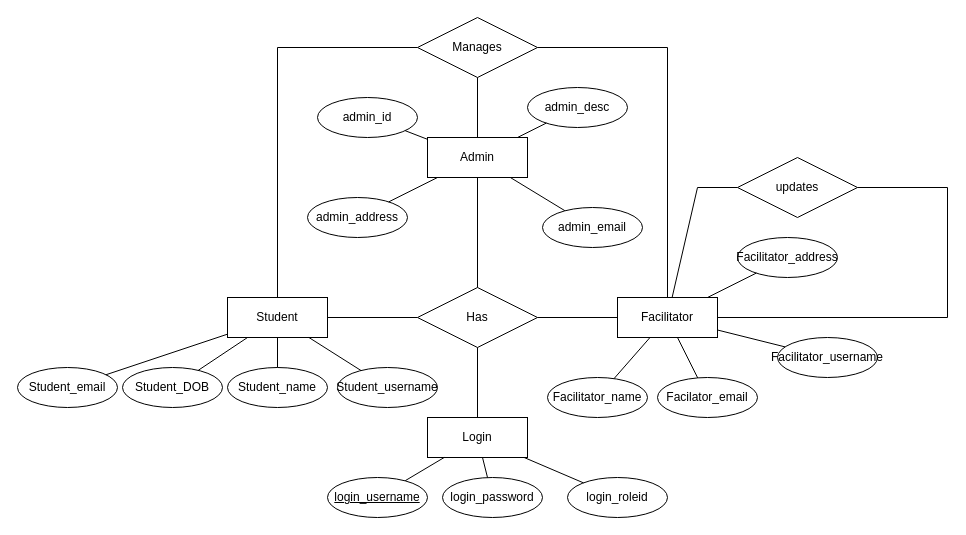
The draw.io diagram Project Diagram/Entity-relationship.drawio in manojtsx/SchoolManagementSystem-PHP-SQL, before the edit. Source tidied: cells renumbered, new cells numbered last; positions are measured from the earlier drawing's top-left corner, leaving out a move shared by most shapes. Both pictures are drawn from the tidied source at 100%, with x=0, y=0 at pixel (17, 17).
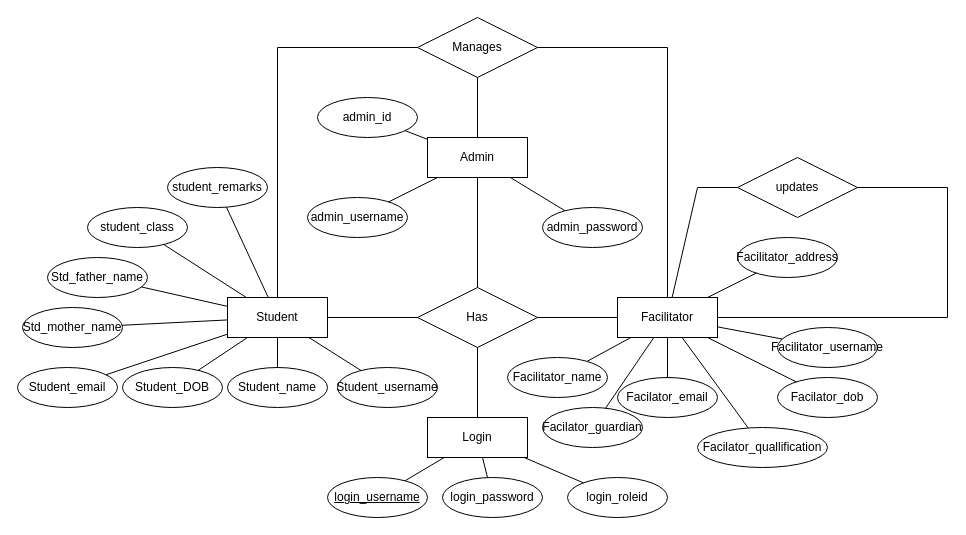
After the change.

Unchanged cells that the change refers to:
```xml
<mxCell id="2" value="Student" style="whiteSpace=wrap;html=1;align=center;" parent="1" vertex="1">
  <mxGeometry x="210" y="280" width="100" height="40" as="geometry" />
</mxCell>
<mxCell id="3" value="Facilitator" style="whiteSpace=wrap;html=1;align=center;" parent="1" vertex="1">
  <mxGeometry x="600" y="280" width="100" height="40" as="geometry" />
</mxCell>
<mxCell id="4" value="Admin" style="whiteSpace=wrap;html=1;align=center;" parent="1" vertex="1">
  <mxGeometry x="410" y="120" width="100" height="40" as="geometry" />
</mxCell>
```

The edit, as a diff of the source:
```diff
@@
-    <mxCell id="26" value="admin_address" style="ellipse;whiteSpace=wrap;html=1;align=center;" parent="1" vertex="1">
+    <mxCell id="26" value="admin_username" style="ellipse;whiteSpace=wrap;html=1;align=center;" parent="1" vertex="1">
       <mxGeometry x="290" y="180" width="100" height="40" as="geometry" />
     </mxCell>
-    <mxCell id="27" value="admin_desc" style="ellipse;whiteSpace=wrap;html=1;align=center;" parent="1" vertex="1">
-      <mxGeometry x="510" y="70" width="100" height="40" as="geometry" />
-    </mxCell>
@@
-    <mxCell id="32" style="endArrow=none;html=1;rounded=0;" parent="1" edge="1" source="4" target="27">
-      <mxGeometry relative="1" as="geometry" />
-    </mxCell>
@@
-    <mxCell id="34" value="admin_email" style="ellipse;whiteSpace=wrap;html=1;align=center;" parent="1" vertex="1">
+    <mxCell id="34" value="admin_password" style="ellipse;whiteSpace=wrap;html=1;align=center;" parent="1" vertex="1">
       <mxGeometry x="525" y="190" width="100" height="40" as="geometry" />
     </mxCell>
@@
     <mxCell id="38" value="Facilator_email" style="ellipse;whiteSpace=wrap;html=1;align=center;" parent="1" vertex="1">
-      <mxGeometry x="640" y="360" width="100" height="40" as="geometry" />
+      <mxGeometry x="600" y="360" width="100" height="40" as="geometry" />
     </mxCell>
     <mxCell id="39" value="Facilitator_name" style="ellipse;whiteSpace=wrap;html=1;align=center;" parent="1" vertex="1">
-      <mxGeometry x="530" y="360" width="100" height="40" as="geometry" />
+      <mxGeometry x="490" y="340" width="100" height="40" as="geometry" />
     </mxCell>
     <mxCell id="40" value="Facilitator_username" style="ellipse;whiteSpace=wrap;html=1;align=center;" parent="1" vertex="1">
-      <mxGeometry x="760" y="320" width="100" height="40" as="geometry" />
+      <mxGeometry x="760" y="310" width="100" height="40" as="geometry" />
     </mxCell>
@@
+    <mxCell id="48" value="Std_mother_name" style="ellipse;whiteSpace=wrap;html=1;align=center;" parent="1" vertex="1">
+      <mxGeometry x="5" y="290" width="100" height="40" as="geometry" />
+    </mxCell>
+    <mxCell id="49" value="Std_father_name" style="ellipse;whiteSpace=wrap;html=1;align=center;" parent="1" vertex="1">
+      <mxGeometry x="30" y="240" width="100" height="40" as="geometry" />
+    </mxCell>
+    <mxCell id="50" style="endArrow=none;html=1;rounded=0;" parent="1" edge="1" source="49" target="2">
+      <mxGeometry relative="1" as="geometry" />
+    </mxCell>
+    <mxCell id="51" style="endArrow=none;html=1;rounded=0;" parent="1" edge="1" source="48" target="2">
+      <mxGeometry relative="1" as="geometry" />
+    </mxCell>
+    <mxCell id="52" value="Facilator_dob" style="ellipse;whiteSpace=wrap;html=1;align=center;" parent="1" vertex="1">
+      <mxGeometry x="760" y="360" width="100" height="40" as="geometry" />
+    </mxCell>
+    <mxCell id="53" value="Facilator_guardian" style="ellipse;whiteSpace=wrap;html=1;align=center;" parent="1" vertex="1">
+      <mxGeometry x="525" y="390" width="100" height="40" as="geometry" />
+    </mxCell>
+    <mxCell id="54" value="student_class" style="ellipse;whiteSpace=wrap;html=1;align=center;" parent="1" vertex="1">
+      <mxGeometry x="70" y="190" width="100" height="40" as="geometry" />
+    </mxCell>
+    <mxCell id="55" value="student_remarks" style="ellipse;whiteSpace=wrap;html=1;align=center;" parent="1" vertex="1">
+      <mxGeometry x="150" y="150" width="100" height="40" as="geometry" />
+    </mxCell>
+    <mxCell id="56" style="endArrow=none;html=1;rounded=0;" parent="1" edge="1" source="54" target="2">
+      <mxGeometry relative="1" as="geometry" />
+    </mxCell>
+    <mxCell id="57" style="endArrow=none;html=1;rounded=0;" parent="1" edge="1" source="55" target="2">
+      <mxGeometry relative="1" as="geometry" />
+    </mxCell>
+    <mxCell id="58" style="endArrow=none;html=1;rounded=0;" parent="1" edge="1" source="53" target="3">
+      <mxGeometry relative="1" as="geometry" />
+    </mxCell>
+    <mxCell id="59" style="endArrow=none;html=1;rounded=0;" parent="1" edge="1" source="52" target="3">
+      <mxGeometry relative="1" as="geometry" />
+    </mxCell>
+    <mxCell id="60" value="Facilator_quallification" style="ellipse;whiteSpace=wrap;html=1;align=center;" parent="1" vertex="1">
+      <mxGeometry x="680" y="410" width="130" height="40" as="geometry" />
+    </mxCell>
+    <mxCell id="61" style="endArrow=none;html=1;rounded=0;" parent="1" edge="1" source="3" target="60">
+      <mxGeometry relative="1" as="geometry" />
+    </mxCell>
```
